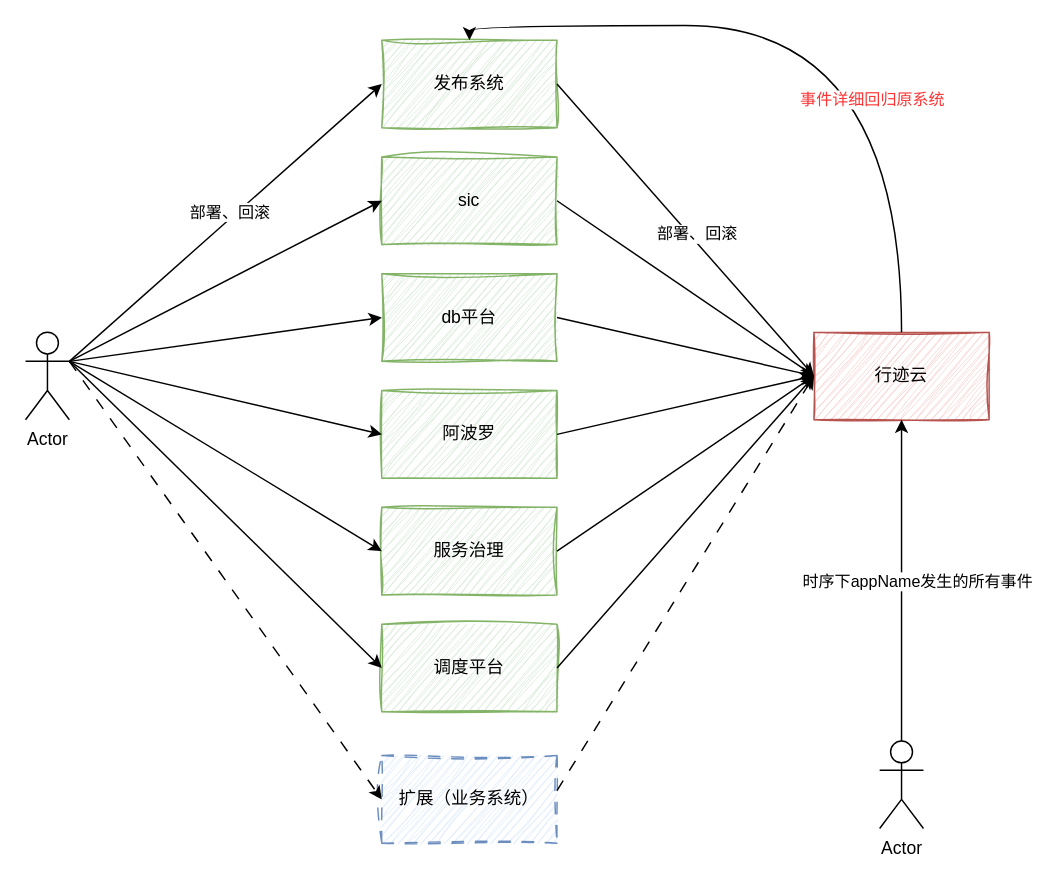
The draw.io diagram page "事件系统" (5 of 5) of tech/arch/稳定性.drawio in zhuanzhuan-tech/arch-draw-io, before the edit. Source tidied: cells renumbered, new cells numbered last; positions are measured from the earlier drawing's top-left corner, leaving out a move shared by most shapes. Both pictures are drawn from the tidied source at 146%, with x=0, y=0 at pixel (25, 39).
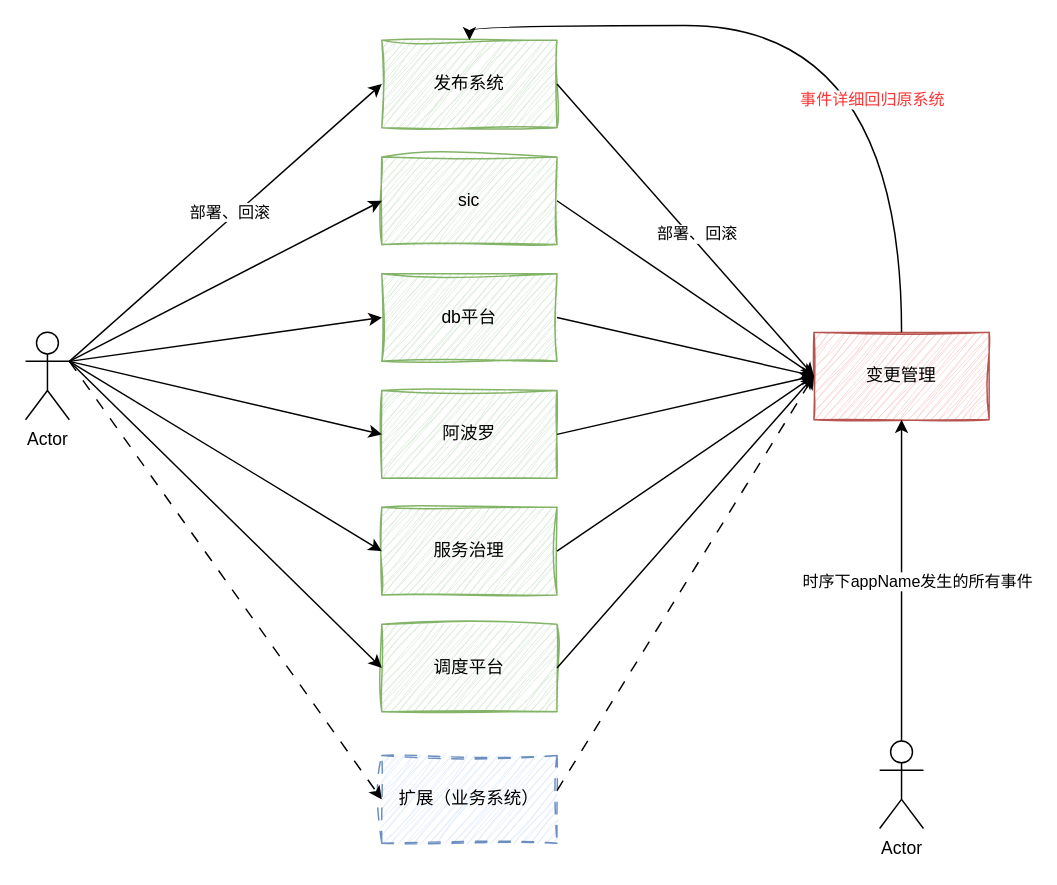
After the change.

Commit message:
更新稳定性.drawio

Change to the diagram source:
```diff
@@
-    <mxCell id="8" value="行迹云" style="rounded=0;whiteSpace=wrap;html=1;fillColor=#f8cecc;strokeColor=#b85450;sketch=1;curveFitting=1;jiggle=2;" parent="1" vertex="1">
+    <mxCell id="8" value="变更管理" style="rounded=0;whiteSpace=wrap;html=1;fillColor=#f8cecc;strokeColor=#b85450;sketch=1;curveFitting=1;jiggle=2;" parent="1" vertex="1">
       <mxGeometry x="540" y="200" width="120" height="60" as="geometry" />
     </mxCell>
```
